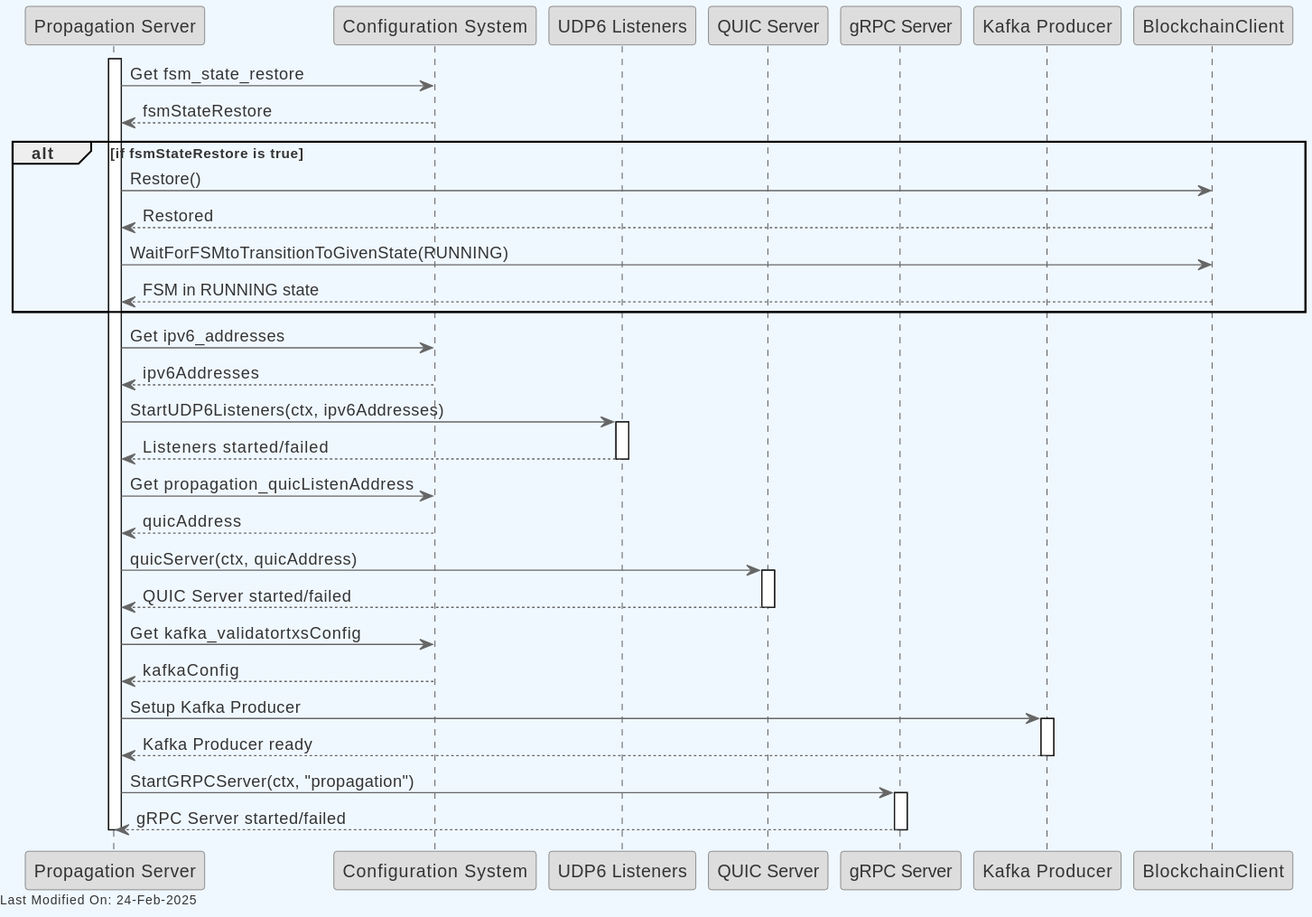
Earlier version of the PlantUML export docs/topics/services/img/plantuml/propagation/propagation_startup.svg (freemans13/teranode). The source it was exported from:
```plantuml
@startuml
skinparam backgroundColor #F0F8FF
skinparam defaultFontColor #333333
skinparam arrowColor #666666

skinparam entity {
  BorderColor #666666
  BackgroundColor #DDDDDD
}

skinparam control {
  BorderColor #666666
  BackgroundColor #DDDDDD
}

skinparam participant {
  BorderColor #666666
  BackgroundColor #DDDDDD
}




participant "Propagation Server" as Server
participant "Configuration System" as Config
participant "UDP6 Listeners" as UDP6
participant "QUIC Server" as QUIC
participant "gRPC Server" as gRPC
participant "Kafka Producer" as Kafka
participant "BlockchainClient" as BC

activate Server

Server -> Config: Get fsm_state_restore
Config --> Server: fsmStateRestore

alt if fsmStateRestore is true
    Server -> BC: Restore()
    BC --> Server: Restored
    Server -> BC: WaitForFSMtoTransitionToGivenState(RUNNING)
    BC --> Server: FSM in RUNNING state
end

Server -> Config: Get ipv6_addresses
Config --> Server: ipv6Addresses
Server -> UDP6: StartUDP6Listeners(ctx, ipv6Addresses)
activate UDP6
UDP6 --> Server: Listeners started/failed
deactivate UDP6

Server -> Config: Get propagation_quicListenAddress
Config --> Server: quicAddress
Server -> QUIC: quicServer(ctx, quicAddress)
activate QUIC
QUIC --> Server: QUIC Server started/failed
deactivate QUIC

Server -> Config: Get kafka_validatortxsConfig
Config --> Server: kafkaConfig
Server -> Kafka: Setup Kafka Producer
activate Kafka
Kafka --> Server: Kafka Producer ready
deactivate Kafka

Server -> gRPC: StartGRPCServer(ctx, "propagation")
activate gRPC
gRPC --> Server: gRPC Server started/failed
deactivate gRPC

deactivate Server

left footer Last Modified On: %date("dd-MMM-yyyy")
@enduml
```
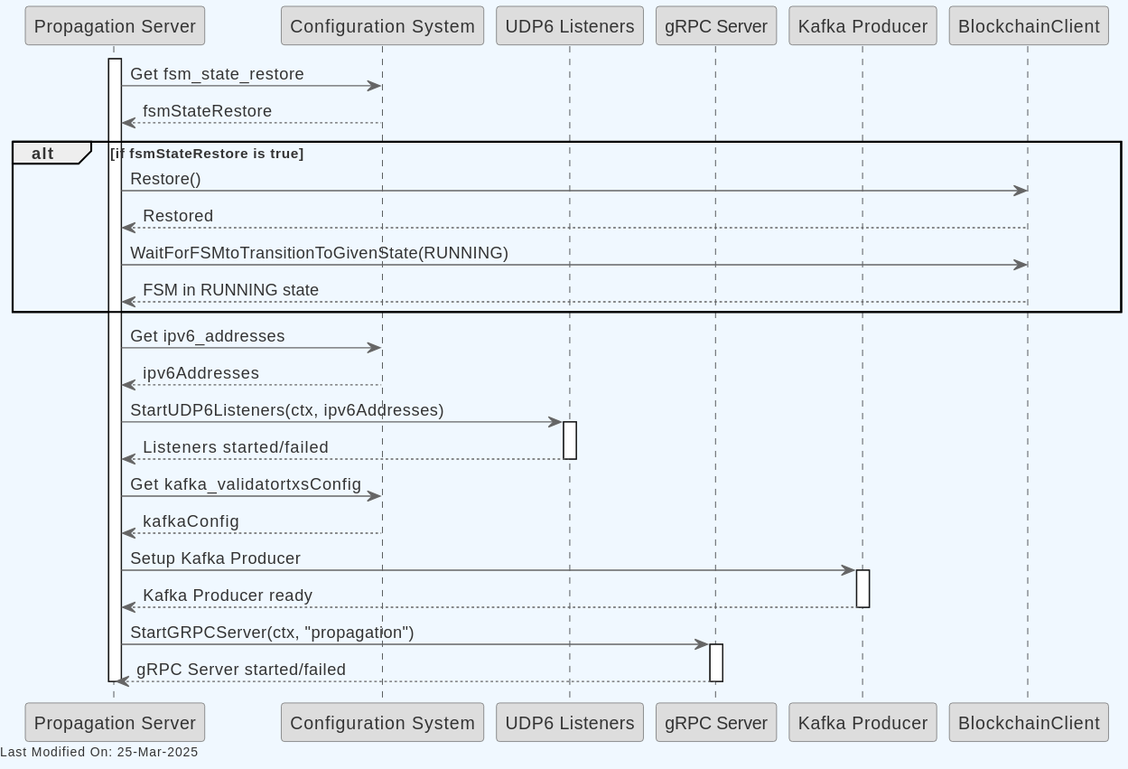
Later version of the same file.

Commit message:
BSV - Documentation - remove any QUIC references in Propagation docum… (#2460)

What changed in the source:
```diff
@@ -24,7 +24,7 @@
 participant "Propagation Server" as Server
 participant "Configuration System" as Config
 participant "UDP6 Listeners" as UDP6
-participant "QUIC Server" as QUIC
+
 participant "gRPC Server" as gRPC
 participant "Kafka Producer" as Kafka
 participant "BlockchainClient" as BC
@@ -48,12 +48,6 @@
 UDP6 --> Server: Listeners started/failed
 deactivate UDP6
 
-Server -> Config: Get propagation_quicListenAddress
-Config --> Server: quicAddress
-Server -> QUIC: quicServer(ctx, quicAddress)
-activate QUIC
-QUIC --> Server: QUIC Server started/failed
-deactivate QUIC
 
 Server -> Config: Get kafka_validatortxsConfig
 Config --> Server: kafkaConfig
```
